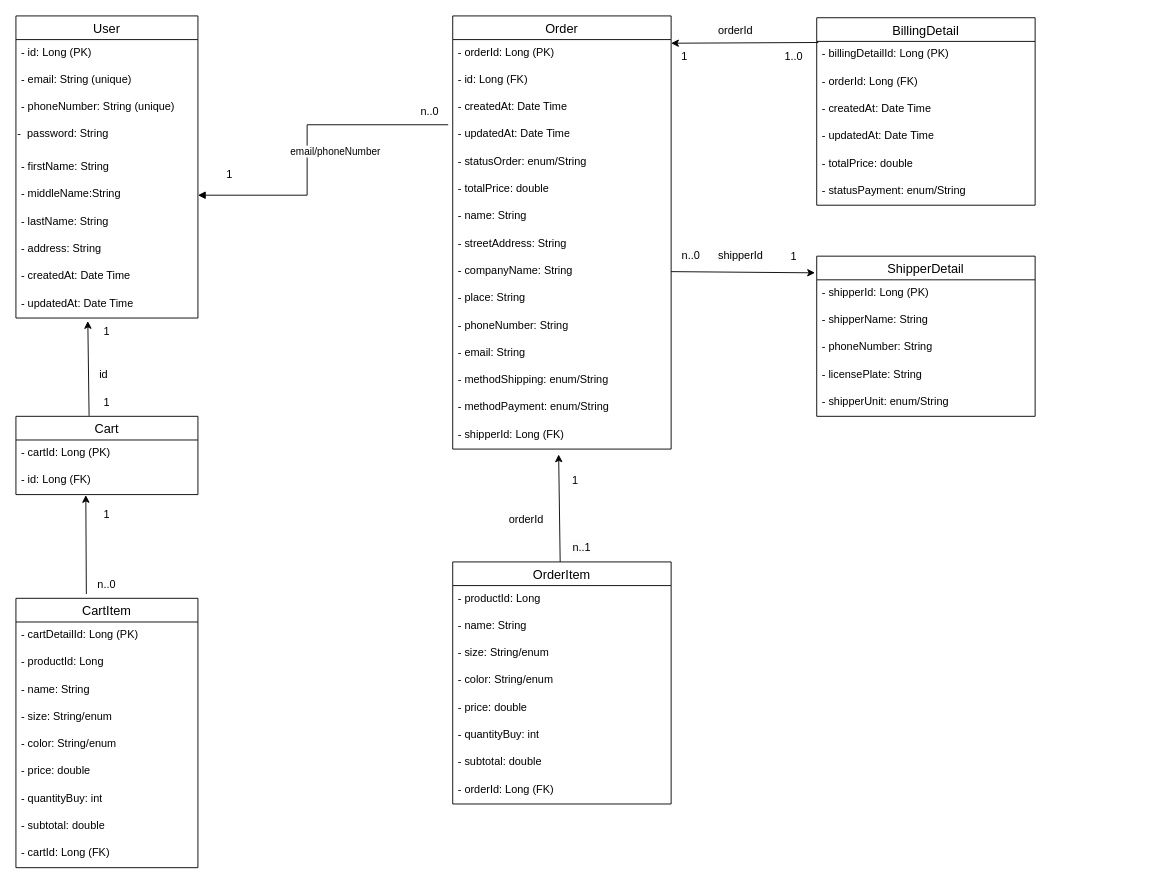
penduricha/Project-e-commerce keeps this draw.io diagram as diagrams/class/class-user.drawio. Above is the earlier version. Source tidied: cells renumbered, new cells numbered last; positions are measured from the earlier drawing's top-left corner, leaving out a move shared by most shapes. Both pictures are drawn from the tidied source at 91%, with x=0, y=0 at pixel (15, 15).
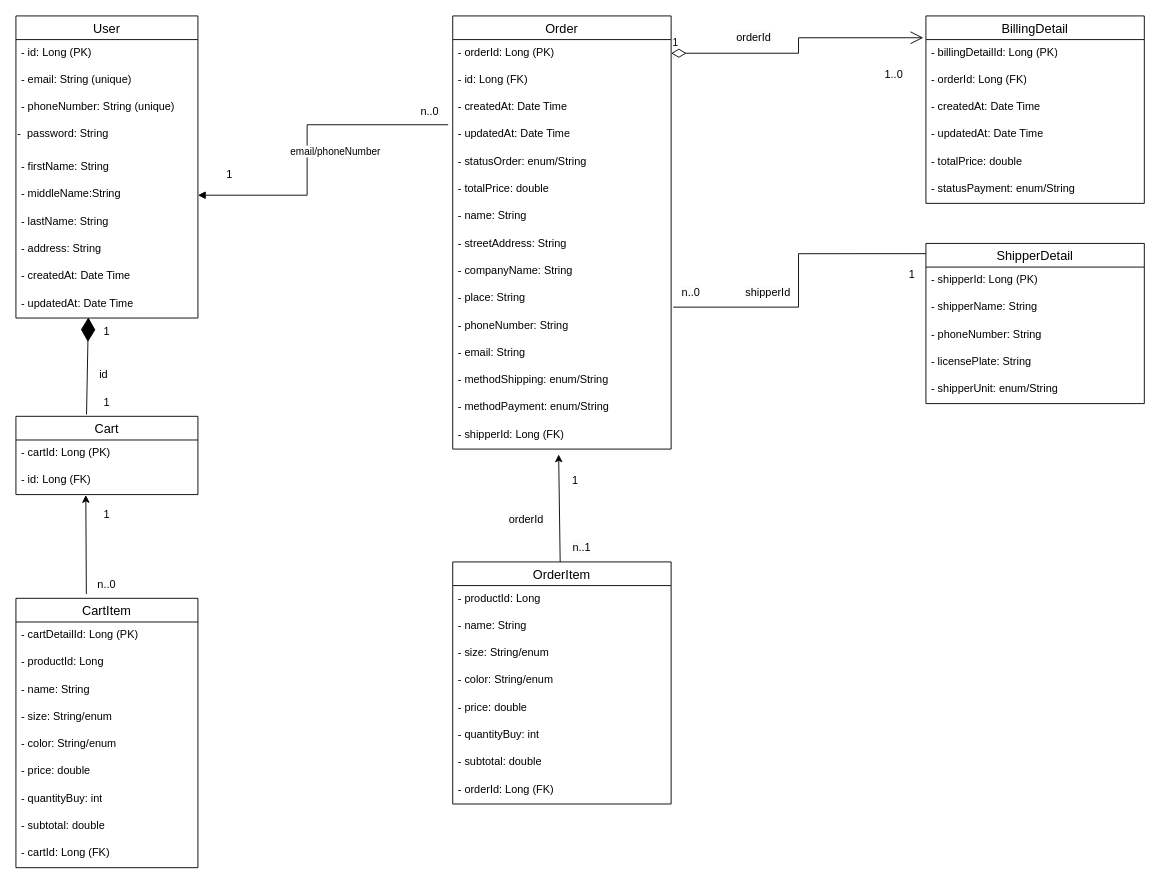
The same diagram, later.

Unchanged cells that the change refers to:
```xml
<mxCell id="12" value="- updatedAt: Date Time" style="text;strokeColor=none;fillColor=none;spacingLeft=4;spacingRight=4;overflow=hidden;points=[[0,0.5],[1,0.5]];portConstraint=eastwest;fontSize=12;whiteSpace=wrap;html=1;" parent="2" vertex="1">
  <mxGeometry y="302" width="200" height="30" as="geometry" />
</mxCell>
<mxCell id="14" value="- orderId: Long (PK)" style="text;strokeColor=none;fillColor=none;spacingLeft=4;spacingRight=4;overflow=hidden;points=[[0,0.5],[1,0.5]];portConstraint=eastwest;fontSize=12;whiteSpace=wrap;html=1;" parent="13" vertex="1">
  <mxGeometry y="26" width="240" height="30" as="geometry" />
</mxCell>
<mxCell id="22" value="- companyName: String" style="text;strokeColor=none;fillColor=none;spacingLeft=4;spacingRight=4;overflow=hidden;points=[[0,0.5],[1,0.5]];portConstraint=eastwest;fontSize=12;whiteSpace=wrap;html=1;" parent="13" vertex="1">
  <mxGeometry y="266" width="240" height="30" as="geometry" />
</mxCell>
<mxCell id="23" value="- place: String" style="text;strokeColor=none;fillColor=none;spacingLeft=4;spacingRight=4;overflow=hidden;points=[[0,0.5],[1,0.5]];portConstraint=eastwest;fontSize=12;whiteSpace=wrap;html=1;" parent="13" vertex="1">
  <mxGeometry y="296" width="240" height="30" as="geometry" />
</mxCell>
<mxCell id="53" value="Cart" style="swimlane;fontStyle=0;horizontal=1;startSize=26;align=center;fontSize=14;" parent="1" vertex="1">
  <mxGeometry y="440" width="200" height="86" as="geometry" />
</mxCell>
<mxCell id="60" value="- billingDetailId: Long (PK)" style="text;strokeColor=none;fillColor=none;spacingLeft=4;spacingRight=4;overflow=hidden;points=[[0,0.5],[1,0.5]];portConstraint=eastwest;fontSize=12;whiteSpace=wrap;html=1;" parent="59" vertex="1">
  <mxGeometry y="26" width="240" height="30" as="geometry" />
</mxCell>
```

Diff of the diagram source:
```diff
@@
-    <mxCell id="56" style="endArrow=classic;html=1;rounded=0;entryX=0.395;entryY=1.111;entryDx=0;entryDy=0;entryPerimeter=0;exitX=0.402;exitY=-0.006;exitDx=0;exitDy=0;exitPerimeter=0;" parent="1" edge="1" source="53" target="12">
-      <mxGeometry relative="1" as="geometry" />
-    </mxCell>
@@
     <mxCell id="59" value="BillingDetail" style="swimlane;fontStyle=0;horizontal=1;startSize=26;align=center;fontSize=14;" parent="1" vertex="1">
-      <mxGeometry x="880" y="2" width="240" height="206" as="geometry" />
+      <mxGeometry x="1000" width="240" height="206" as="geometry" />
     </mxCell>
@@
-    <mxCell id="67" style="endArrow=classic;html=1;rounded=0;exitX=0.007;exitY=0.132;exitDx=0;exitDy=0;exitPerimeter=0;entryX=0;entryY=0;entryDx=0;entryDy=0;" parent="1" edge="1" source="59" target="68">
-      <mxGeometry relative="1" as="geometry" />
-    </mxCell>
-    <mxCell id="68" value="1" style="text;html=1;align=center;verticalAlign=middle;whiteSpace=wrap;rounded=0;" parent="1" vertex="1">
-      <mxGeometry x="720" y="30" width="30" height="30" as="geometry" />
-    </mxCell>
     <mxCell id="69" value="1..0" style="text;html=1;align=center;verticalAlign=middle;whiteSpace=wrap;rounded=0;" parent="1" vertex="1">
-      <mxGeometry x="840" y="30" width="30" height="30" as="geometry" />
+      <mxGeometry x="950" y="50" width="30" height="30" as="geometry" />
     </mxCell>
     <mxCell id="70" value="ShipperDetail" style="swimlane;fontStyle=0;horizontal=1;startSize=26;align=center;fontSize=14;" parent="1" vertex="1">
-      <mxGeometry x="880" y="264" width="240" height="176" as="geometry" />
+      <mxGeometry x="1000" y="250" width="240" height="176" as="geometry" />
     </mxCell>
@@
     <mxCell id="76" value="1" style="text;html=1;align=center;verticalAlign=middle;whiteSpace=wrap;rounded=0;" parent="1" vertex="1">
-      <mxGeometry x="840" y="250" width="30" height="30" as="geometry" />
+      <mxGeometry x="970" y="270" width="30" height="30" as="geometry" />
     </mxCell>
     <mxCell id="77" value="&lt;span style=&quot;color: rgb(0, 0, 0); font-family: Helvetica; font-size: 12px; font-style: normal; font-variant-ligatures: normal; font-variant-caps: normal; font-weight: 400; letter-spacing: normal; orphans: 2; text-align: center; text-indent: 0px; text-transform: none; widows: 2; word-spacing: 0px; -webkit-text-stroke-width: 0px; background-color: rgb(251, 251, 251); text-decoration-thickness: initial; text-decoration-style: initial; text-decoration-color: initial; float: none; display: inline !important;&quot;&gt;n..0&lt;/span&gt;" style="text;whiteSpace=wrap;html=1;" parent="1" vertex="1">
-      <mxGeometry x="730" y="250" width="30" height="30" as="geometry" />
+      <mxGeometry x="730" y="290" width="30" height="30" as="geometry" />
     </mxCell>
-    <mxCell id="78" style="endArrow=classic;html=1;rounded=0;entryX=-0.008;entryY=0.104;entryDx=0;entryDy=0;exitX=1;exitY=0.5;exitDx=0;exitDy=0;entryPerimeter=0;" parent="1" edge="1" source="22" target="70">
-      <mxGeometry relative="1" as="geometry" />
-    </mxCell>
@@
     <mxCell id="83" value="&lt;span style=&quot;color: rgb(0, 0, 0); font-family: Helvetica; font-size: 12px; font-style: normal; font-variant-ligatures: normal; font-variant-caps: normal; font-weight: 400; letter-spacing: normal; orphans: 2; text-align: left; text-indent: 0px; text-transform: none; widows: 2; word-spacing: 0px; -webkit-text-stroke-width: 0px; background-color: rgb(251, 251, 251); text-decoration-thickness: initial; text-decoration-style: initial; text-decoration-color: initial; float: none; display: inline !important;&quot;&gt;shipperId&lt;/span&gt;" style="text;whiteSpace=wrap;html=1;" parent="1" vertex="1">
-      <mxGeometry x="770" y="250" width="50" height="20" as="geometry" />
+      <mxGeometry x="800" y="290" width="50" height="20" as="geometry" />
     </mxCell>
     <mxCell id="84" value="&lt;span style=&quot;color: rgb(0, 0, 0); font-family: Helvetica; font-size: 12px; font-style: normal; font-variant-ligatures: normal; font-variant-caps: normal; font-weight: 400; letter-spacing: normal; orphans: 2; text-align: left; text-indent: 0px; text-transform: none; widows: 2; word-spacing: 0px; -webkit-text-stroke-width: 0px; background-color: rgb(251, 251, 251); text-decoration-thickness: initial; text-decoration-style: initial; text-decoration-color: initial; float: none; display: inline !important;&quot;&gt;orderId&lt;/span&gt;" style="text;whiteSpace=wrap;html=1;" parent="1" vertex="1">
-      <mxGeometry x="770" y="2" width="50" height="30" as="geometry" />
+      <mxGeometry x="790" y="10" width="50" height="30" as="geometry" />
     </mxCell>
@@
+    <mxCell id="56" style="endArrow=diamondThin;endFill=1;endSize=24;html=1;rounded=0;entryX=0.398;entryY=0.978;entryDx=0;entryDy=0;entryPerimeter=0;exitX=0.388;exitY=-0.023;exitDx=0;exitDy=0;exitPerimeter=0;" parent="1" edge="1" source="53" target="12">
+      <mxGeometry relative="1" as="geometry" />
+    </mxCell>
+    <mxCell id="86" style="endArrow=none;html=1;edgeStyle=orthogonalEdgeStyle;rounded=0;entryX=-0.001;entryY=0.064;entryDx=0;entryDy=0;entryPerimeter=0;exitX=1.01;exitY=0.8;exitDx=0;exitDy=0;exitPerimeter=0;" parent="1" edge="1" source="23" target="70">
+      <mxGeometry relative="1" as="geometry" />
+    </mxCell>
+    <mxCell id="68" value="1" style="endArrow=open;html=1;endSize=12;startArrow=diamondThin;startSize=14;startFill=0;edgeStyle=orthogonalEdgeStyle;align=left;verticalAlign=bottom;rounded=0;entryX=-0.012;entryY=-0.067;entryDx=0;entryDy=0;entryPerimeter=0;exitX=1;exitY=0.5;exitDx=0;exitDy=0;" parent="1" edge="1" source="14" target="60">
+      <mxGeometry x="-1" y="3" relative="1" as="geometry" />
+    </mxCell>
```
